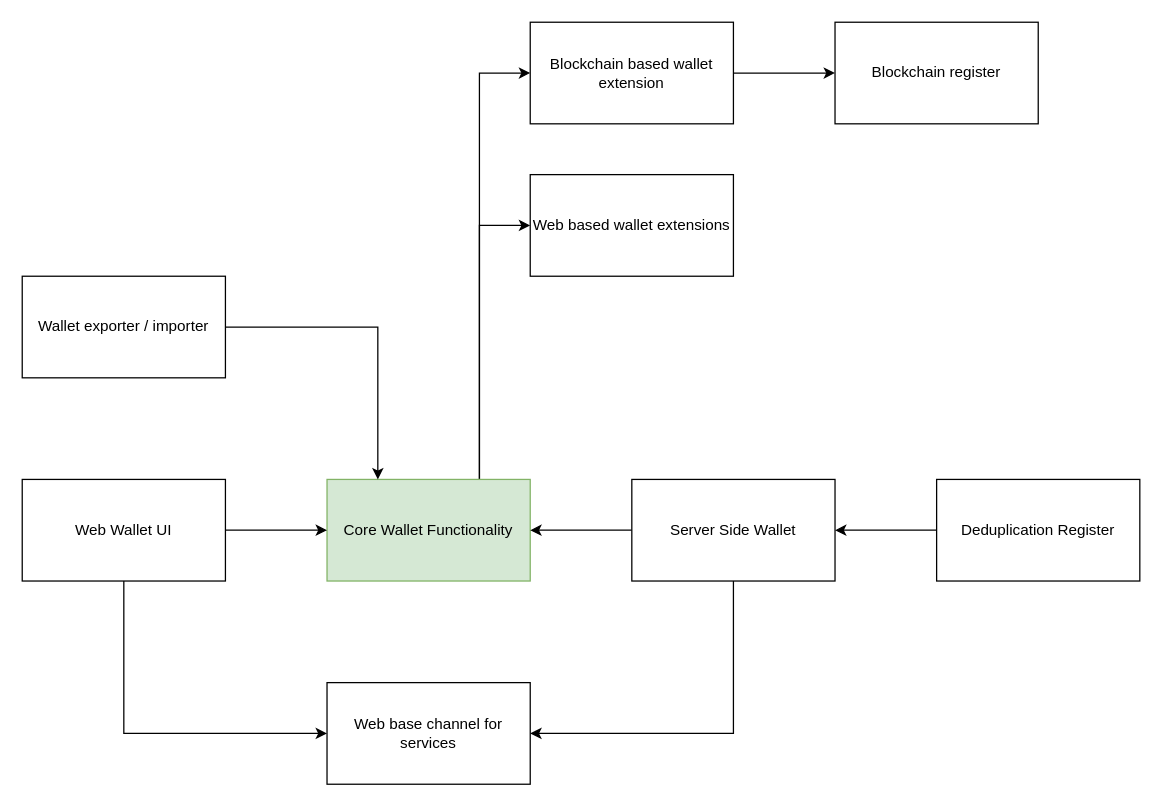
owlmeans/regov-ssi-mono keeps this draw.io diagram as page "General Architecture" (3 of 7) of docs/MetaID Wallet.drawio. Above is the earlier version. Source tidied: cells renumbered, new cells numbered last; positions are measured from the earlier drawing's top-left corner, leaving out a move shared by most shapes. Both pictures are drawn from the tidied source at 127%, with x=0, y=0 at pixel (22, 22).
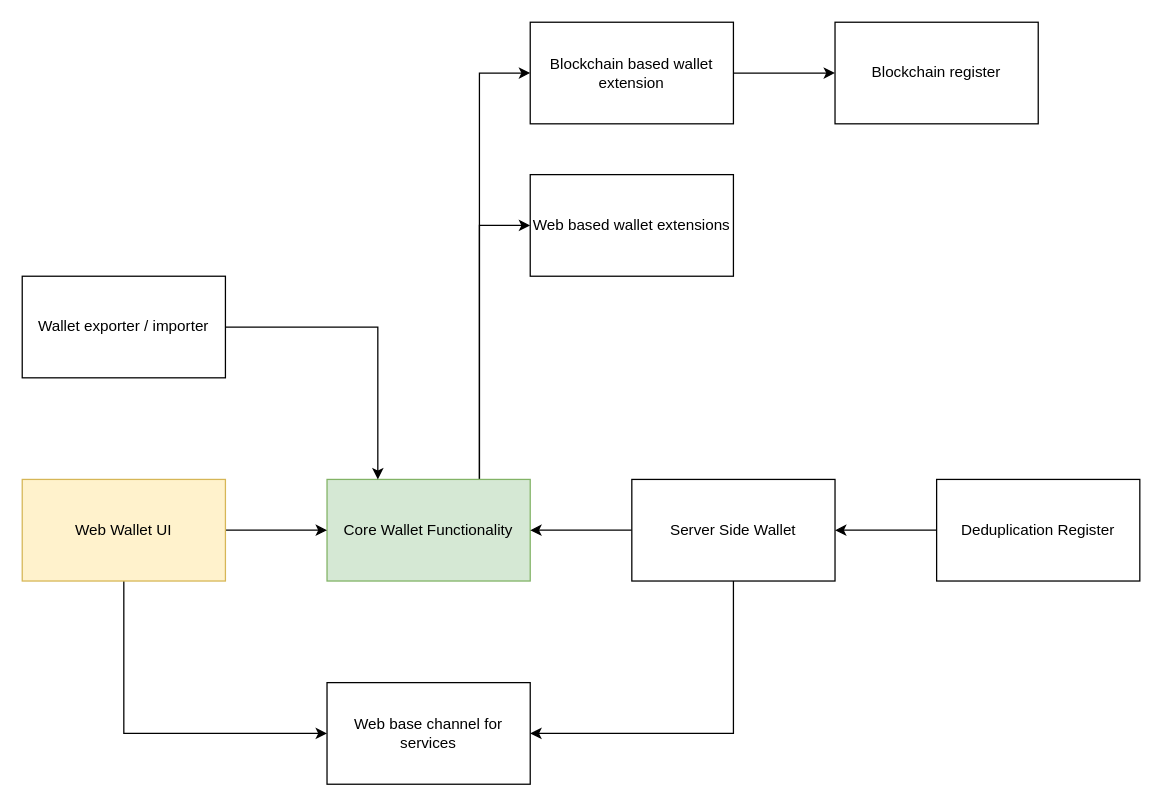
After the change.

Change to the diagram source:
```diff
@@
 <mxGraphModel>
   <root>
     <mxCell id="0" />
     <mxCell id="1" parent="0" />
     <mxCell id="2" style="edgeStyle=orthogonalEdgeStyle;rounded=0;jettySize=auto;html=1;exitX=0.75;exitY=0;exitDx=0;exitDy=0;entryX=0;entryY=0.5;entryDx=0;entryDy=0;" parent="1" edge="1" source="4" target="7">
       <mxGeometry relative="1" as="geometry" />
     </mxCell>
     <mxCell id="3" style="edgeStyle=orthogonalEdgeStyle;rounded=0;jettySize=auto;html=1;exitX=0.75;exitY=0;exitDx=0;exitDy=0;entryX=0;entryY=0.5;entryDx=0;entryDy=0;" parent="1" edge="1" source="4" target="6">
       <mxGeometry relative="1" as="geometry" />
     </mxCell>
     <mxCell id="4" value="Core Wallet Functionality" style="rounded=0;whiteSpace=wrap;html=1;fillColor=#d5e8d4;strokeColor=#82b366;" parent="1" vertex="1">
       <mxGeometry x="240" y="360" width="160" height="80" as="geometry" />
     </mxCell>
     <mxCell id="5" style="edgeStyle=orthogonalEdgeStyle;rounded=0;jettySize=auto;html=1;exitX=1;exitY=0.5;exitDx=0;exitDy=0;" parent="1" edge="1" source="6" target="8">
       <mxGeometry relative="1" as="geometry" />
     </mxCell>
     <mxCell id="6" value="Blockchain based wallet extension" style="rounded=0;whiteSpace=wrap;html=1;" parent="1" vertex="1">
       <mxGeometry x="400" width="160" height="80" as="geometry" />
     </mxCell>
     <mxCell id="7" value="Web based wallet extensions" style="rounded=0;whiteSpace=wrap;html=1;" parent="1" vertex="1">
       <mxGeometry x="400" y="120" width="160" height="80" as="geometry" />
     </mxCell>
     <mxCell id="8" value="Blockchain register" style="rounded=0;whiteSpace=wrap;html=1;" parent="1" vertex="1">
       <mxGeometry x="640" width="160" height="80" as="geometry" />
     </mxCell>
     <mxCell id="9" style="edgeStyle=orthogonalEdgeStyle;rounded=0;jettySize=auto;html=1;exitX=1;exitY=0.5;exitDx=0;exitDy=0;entryX=0.25;entryY=0;entryDx=0;entryDy=0;" parent="1" edge="1" source="10" target="4">
       <mxGeometry relative="1" as="geometry" />
     </mxCell>
     <mxCell id="10" value="Wallet exporter / importer" style="rounded=0;whiteSpace=wrap;html=1;" parent="1" vertex="1">
       <mxGeometry y="200" width="160" height="80" as="geometry" />
     </mxCell>
     <mxCell id="11" value="Web base channel for services" style="rounded=0;whiteSpace=wrap;html=1;" parent="1" vertex="1">
       <mxGeometry x="240" y="520" width="160" height="80" as="geometry" />
     </mxCell>
     <mxCell id="12" style="edgeStyle=none;rounded=0;jettySize=auto;html=1;" parent="1" edge="1" source="17" target="4">
       <mxGeometry relative="1" as="geometry" />
     </mxCell>
     <mxCell id="13" style="edgeStyle=none;rounded=0;jettySize=auto;html=1;exitX=1;exitY=0.5;exitDx=0;exitDy=0;" parent="1" edge="1" source="15" target="4">
       <mxGeometry relative="1" as="geometry" />
     </mxCell>
     <mxCell id="14" style="edgeStyle=orthogonalEdgeStyle;rounded=0;jettySize=auto;html=1;exitX=0.5;exitY=1;exitDx=0;exitDy=0;entryX=0;entryY=0.5;entryDx=0;entryDy=0;" parent="1" edge="1" source="15" target="11">
       <mxGeometry relative="1" as="geometry" />
     </mxCell>
-    <mxCell id="15" value="Web Wallet UI" style="rounded=0;whiteSpace=wrap;html=1;" parent="1" vertex="1">
+    <mxCell id="15" value="Web Wallet UI" style="rounded=0;whiteSpace=wrap;html=1;fillColor=#fff2cc;strokeColor=#d6b656;" parent="1" vertex="1">
       <mxGeometry y="360" width="160" height="80" as="geometry" />
     </mxCell>
     <mxCell id="16" style="edgeStyle=orthogonalEdgeStyle;rounded=0;jettySize=auto;html=1;exitX=0.5;exitY=1;exitDx=0;exitDy=0;entryX=1;entryY=0.5;entryDx=0;entryDy=0;" parent="1" edge="1" source="17" target="11">
       <mxGeometry relative="1" as="geometry" />
     </mxCell>
     <mxCell id="17" value="Server Side Wallet" style="rounded=0;whiteSpace=wrap;html=1;" parent="1" vertex="1">
       <mxGeometry x="480" y="360" width="160" height="80" as="geometry" />
     </mxCell>
     <mxCell id="18" style="edgeStyle=none;rounded=0;jettySize=auto;html=1;exitX=0;exitY=0.5;exitDx=0;exitDy=0;" parent="1" edge="1" source="19" target="17">
       <mxGeometry relative="1" as="geometry" />
     </mxCell>
     <mxCell id="19" value="Deduplication Register" style="rounded=0;whiteSpace=wrap;html=1;" parent="1" vertex="1">
       <mxGeometry x="720" y="360" width="160" height="80" as="geometry" />
     </mxCell>
   </root>
 </mxGraphModel>
```
